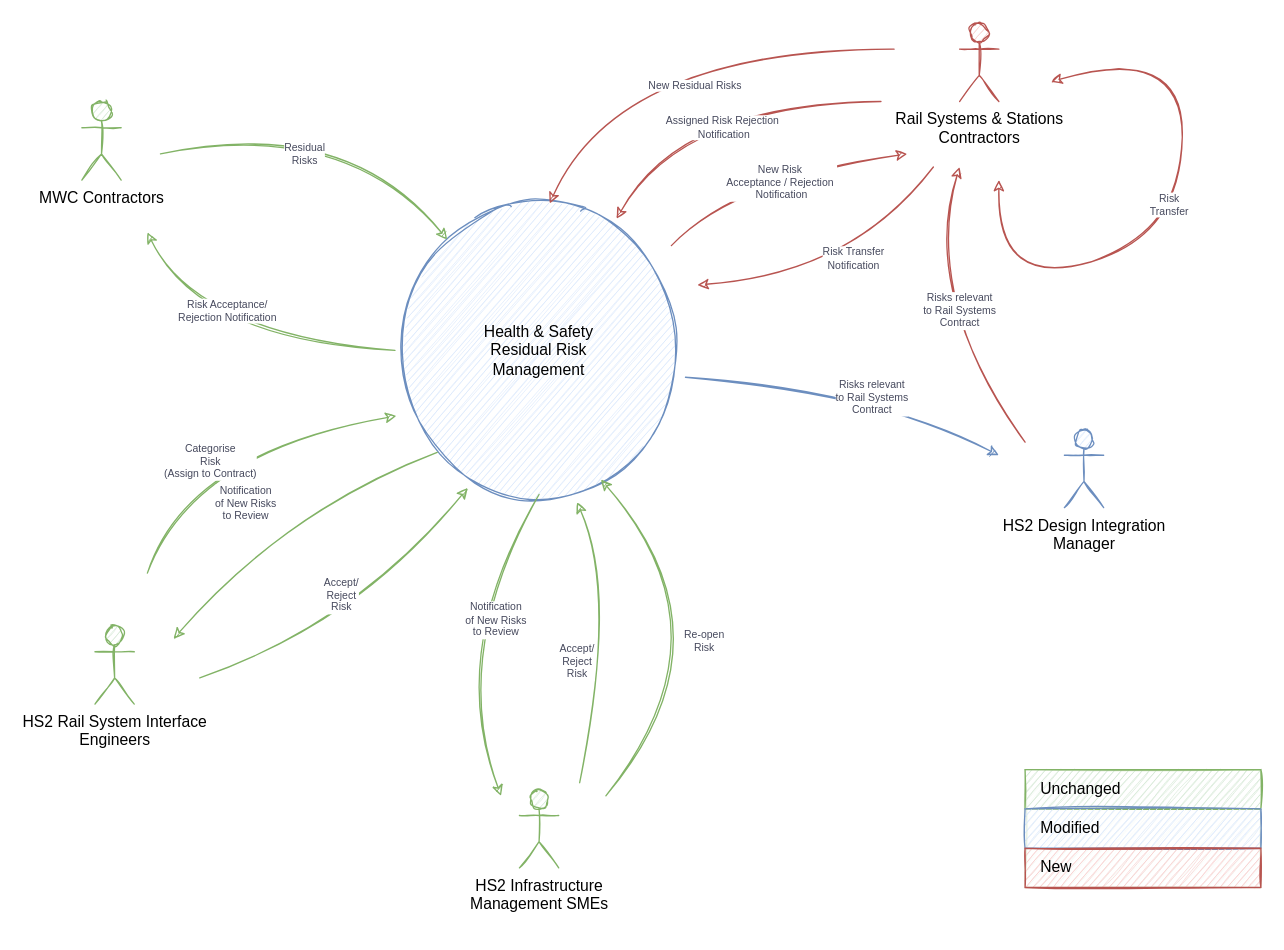
Earlier version of the draw.io diagram page "Context Diagram - phase #2" (2 of 10) of P639 Diagrams.drawio (martinlt/reference). Source tidied: cells renumbered, new cells numbered last; positions are measured from the earlier drawing's top-left corner, leaving out a move shared by most shapes. Both pictures are drawn from the tidied source at 131%, with x=0, y=0 at pixel (81, 22).
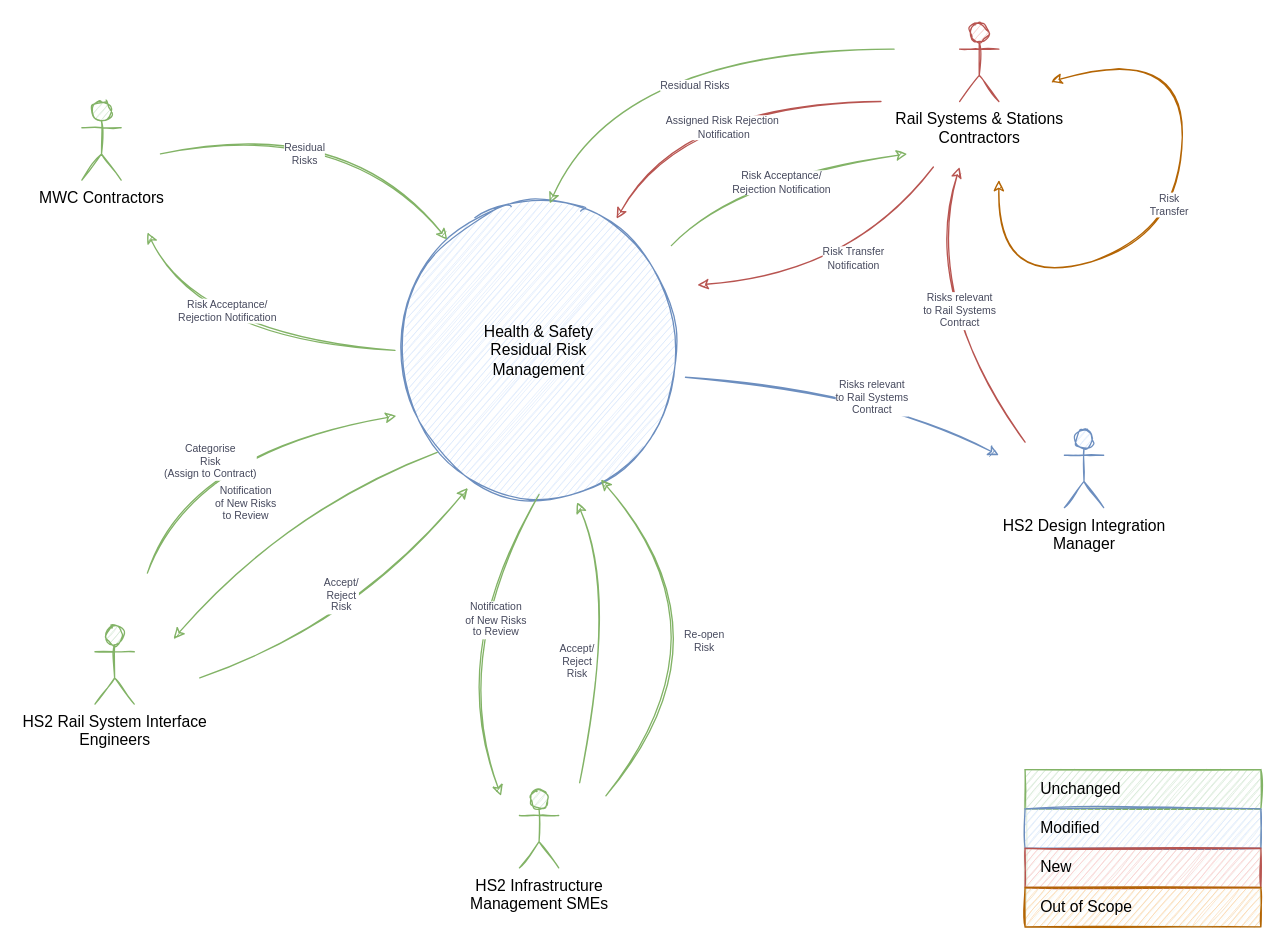
The same diagram, later.

The change refers to these unchanged cells:
```xml
<mxCell id="2" value="Health &amp;amp; Safety&lt;br&gt;Residual Risk &lt;br&gt;Management&lt;br&gt;" style="ellipse;whiteSpace=wrap;html=1;sketch=1;fillColor=#dae8fc;strokeColor=#6c8ebf;" parent="1" vertex="1">
  <mxGeometry x="239" y="140" width="220" height="220" as="geometry" />
</mxCell>
```

Diff of the diagram source:
```diff
@@
     <mxCell id="16" style="shape=table;html=1;whiteSpace=wrap;startSize=0;childLayout=tableLayout;fillColor=#d5e8d4;align=left;spacingLeft=10;strokeColor=#82b366;rounded=1;arcSize=11;sketch=1;opacity=20;" parent="1" vertex="1">
-      <mxGeometry x="720" y="570" width="180" height="90" as="geometry" />
+      <mxGeometry x="720" y="570" width="180" height="120" as="geometry" />
     </mxCell>
@@
+    <mxCell id="27" value="Out of Scope" style="shape=partialRectangle;html=1;whiteSpace=wrap;fillColor=#fad7ac;top=1;left=1;bottom=1;right=1;overflow=hidden;align=left;spacingLeft=10;rounded=0;sketch=1;strokeColor=#b46504;" parent="16" vertex="1">
+      <mxGeometry y="90" width="180" height="30" as="geometry" />
+    </mxCell>
@@
-    <mxCell id="21" value="New Residual Risks" style="curved=1;endArrow=classic;html=1;rounded=0;sketch=1;strokeColor=#b85450;fontColor=#46495D;fontSize=8;entryX=0.537;entryY=-0.01;entryDx=0;entryDy=0;entryPerimeter=0;fillColor=#f8cecc;" parent="1" edge="1" target="2">
+    <mxCell id="21" value="&lt;div&gt;Residual Risks&lt;br&gt;&lt;/div&gt;" style="curved=1;endArrow=classic;html=1;rounded=0;sketch=1;strokeColor=#82b366;fontColor=#46495D;fontSize=8;entryX=0.537;entryY=-0.01;entryDx=0;entryDy=0;entryPerimeter=0;fillColor=#d5e8d4;" parent="1" edge="1" target="2">
       <mxGeometry x="-0.11" y="28" relative="1" as="geometry">
         <mxPoint x="620" y="20" as="sourcePoint" />
         <Array as="points">
           <mxPoint x="410" y="20" />
         </Array>
         <mxPoint x="-1" as="offset" />
       </mxGeometry>
     </mxCell>
@@
-    <mxCell id="23" value="Risk&lt;div&gt;Transfer&lt;/div&gt;" style="curved=1;endArrow=classic;html=1;rounded=0;sketch=1;strokeColor=#b85450;fontColor=#46495D;fontSize=8;startArrow=classic;startFill=1;fillColor=#f8cecc;" parent="1" edge="1">
+    <mxCell id="23" value="Risk&lt;div&gt;Transfer&lt;/div&gt;" style="curved=1;endArrow=classic;html=1;rounded=0;sketch=1;strokeColor=#b46504;fontColor=#46495D;fontSize=8;startArrow=classic;startFill=1;fillColor=#fad7ac;" parent="1" edge="1">
       <mxGeometry x="0.05" y="10" relative="1" as="geometry">
         <mxPoint x="700" y="120" as="sourcePoint" />
         <mxPoint x="740" y="45" as="targetPoint" />
         <Array as="points">
           <mxPoint x="700" y="205" />
           <mxPoint x="840" y="160" />
           <mxPoint x="840" y="15" />
         </Array>
       </mxGeometry>
     </mxCell>
@@
-    <mxCell id="26" value="New Risk&amp;nbsp;&lt;div&gt;Acceptance / Rejection&amp;nbsp;&lt;div&gt;Notification&lt;/div&gt;&lt;/div&gt;" style="curved=1;endArrow=none;html=1;rounded=0;sketch=1;strokeColor=#b85450;fontColor=#46495D;fontSize=8;startArrow=classic;startFill=1;fillColor=#f8cecc;endFill=0;" parent="1" edge="1">
+    <mxCell id="26" value="Risk Acceptance/&lt;br&gt;Rejection Notification" style="curved=1;endArrow=none;html=1;rounded=0;sketch=1;strokeColor=#82b366;fontColor=#46495D;fontSize=8;startArrow=classic;startFill=1;fillColor=#d5e8d4;endFill=0;" parent="1" edge="1">
       <mxGeometry x="-0.03" y="7" relative="1" as="geometry">
         <mxPoint x="630" y="100" as="sourcePoint" />
         <mxPoint x="450" y="170" as="targetPoint" />
         <Array as="points">
           <mxPoint x="500" y="120" />
         </Array>
       </mxGeometry>
     </mxCell>
```
